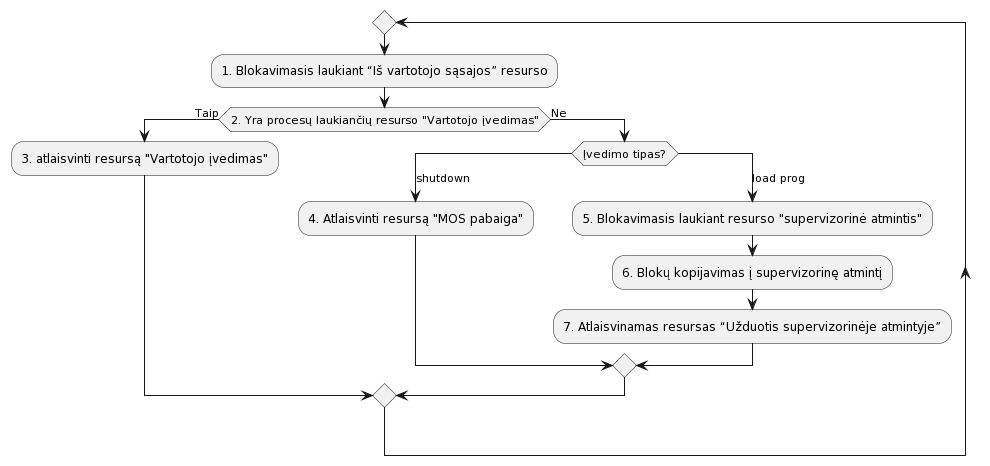
Before: aprasymas2/img/ReadFromInterface.png, a diagram exported from PlantUML (Mdominykas/OS).
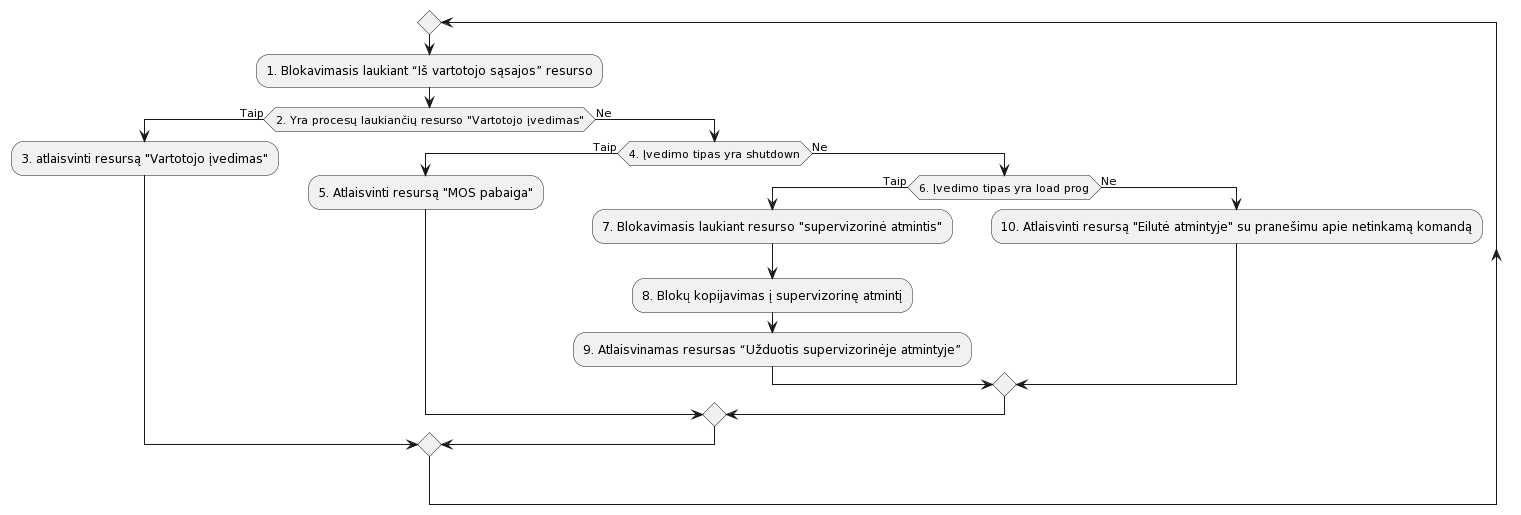
Above is the later version.

Change to the diagram source:
```diff
@@ -1,16 +1,19 @@
 @startuml
 repeat
-    :1. Blokavimasis laukiant “Iš vartotojo sąsajos” resurso;
-    if (2. Yra procesų laukiančių resurso "Vartotojo įvedimas") is (Taip) then
-     :3. atlaisvinti resursą "Vartotojo įvedimas";
-   else (Ne)
-    switch (Įvedimo tipas?)
-    case (shutdown)
-      :4. Atlaisvinti resursą "MOS pabaiga";
-    case (load prog)
-      :5. Blokavimasis laukiant resurso "supervizorinė atmintis";
-      :6. Blokų kopijavimas į supervizorinę atmintį;
-      :7. Atlaisvinamas resursas “Užduotis supervizorinėje atmintyje”;
-    endswitch
+  :1. Blokavimasis laukiant “Iš vartotojo sąsajos” resurso;
+  if (2. Yra procesų laukiančių resurso "Vartotojo įvedimas") is (Taip) then
+    :3. atlaisvinti resursą "Vartotojo įvedimas";
+  else (Ne)
+    if (4. Įvedimo tipas yra shutdown) is (Taip) then
+      :5. Atlaisvinti resursą "MOS pabaiga";
+    else (Ne)
+      if (6. Įvedimo tipas yra load prog) is (Taip) then
+        :7. Blokavimasis laukiant resurso "supervizorinė atmintis";
+        :8. Blokų kopijavimas į supervizorinę atmintį;
+        :9. Atlaisvinamas resursas “Užduotis supervizorinėje atmintyje”;
+      else (Ne)
+        :10. Atlaisvinti resursą "Eilutė atmintyje" su pranešimu apie netinkamą komandą;
+      endif
     endif
+  endif
 @enduml
```
